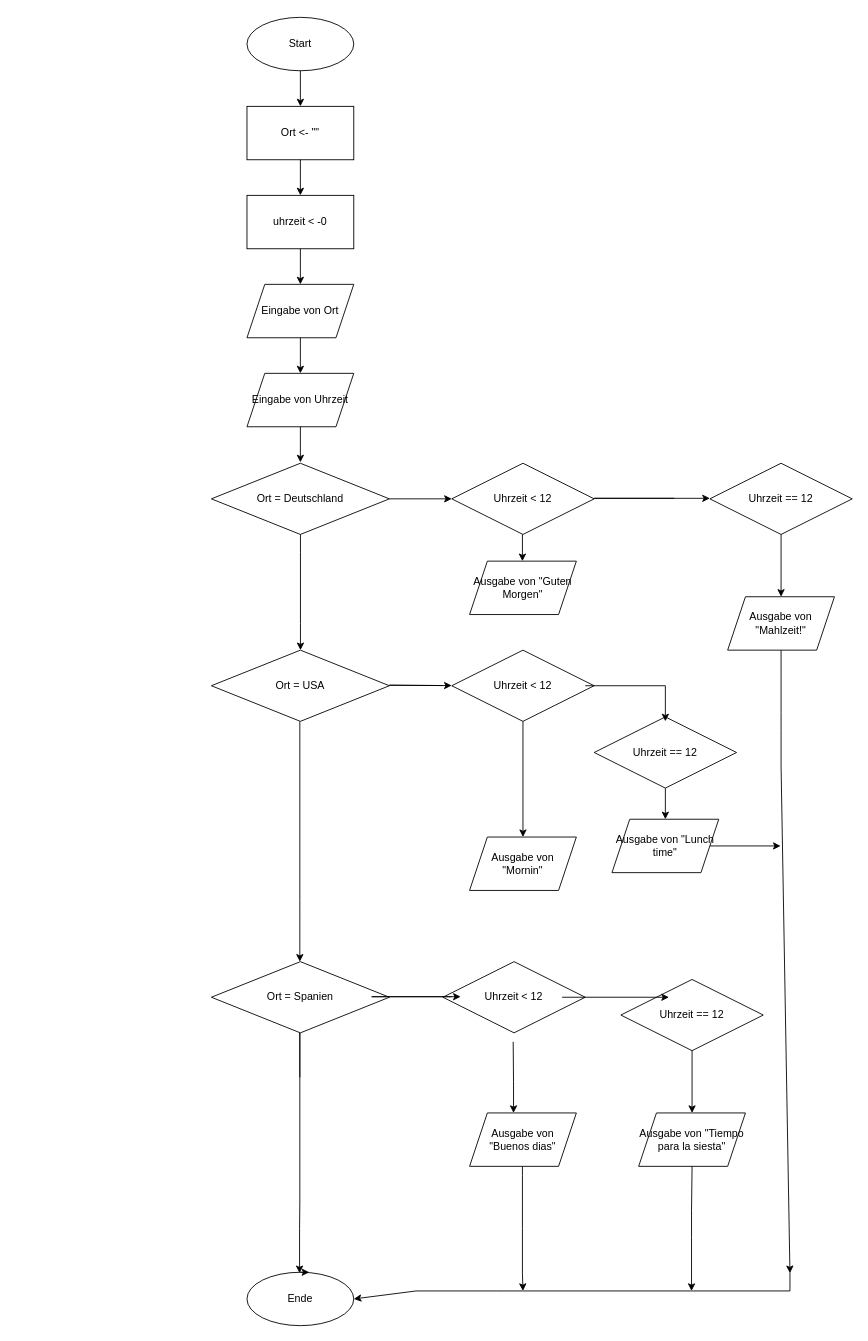
Before: FlussdiagrammErsteAufgabeKH.drawio in Odin2325/TQ5Juli, a draw.io diagram. Source tidied: cells renumbered, new cells numbered last; positions are measured from the earlier drawing's top-left corner, leaving out a move shared by most shapes. Both pictures are drawn from the tidied source at 89%, with x=0, y=0 at pixel (15, 17).
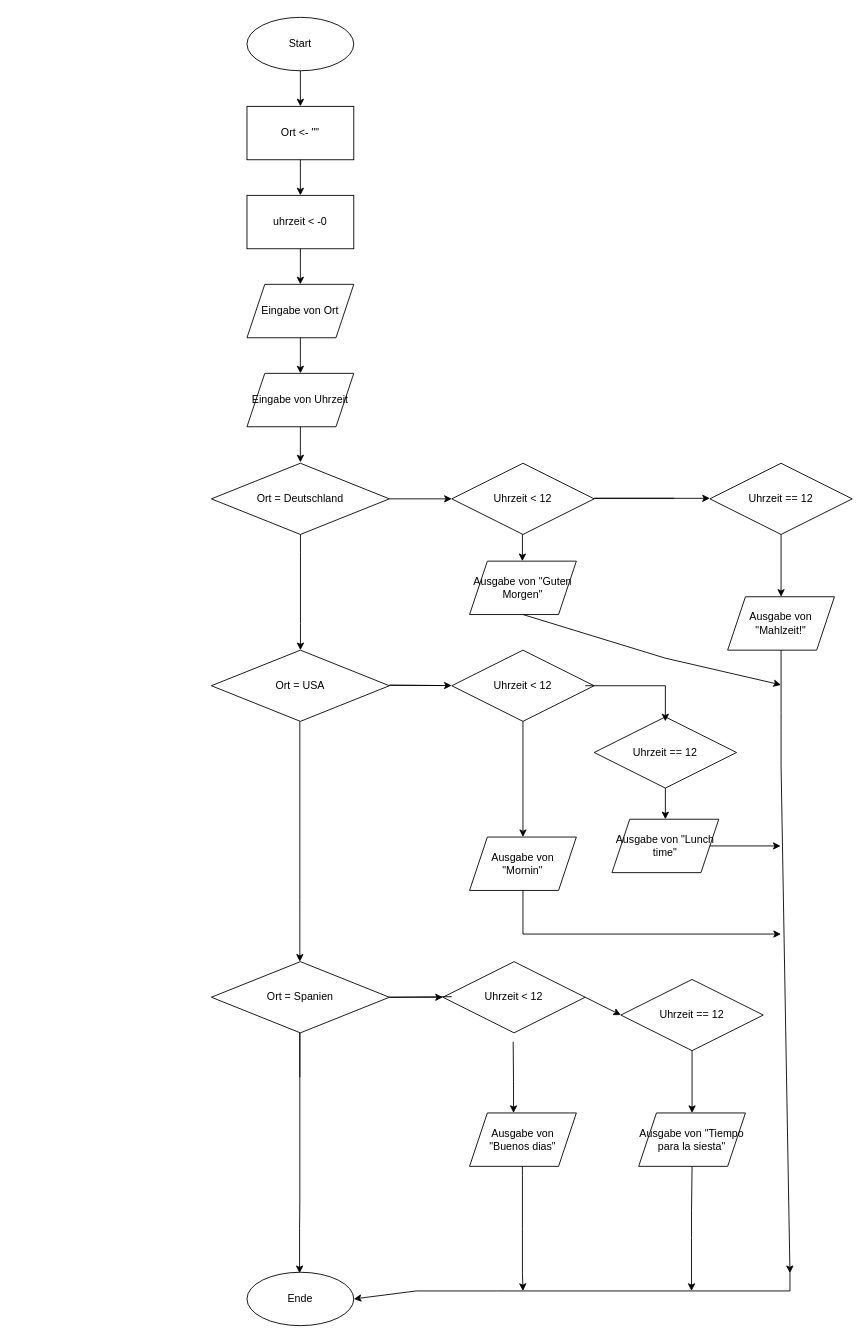
The same diagram, later.

Commit message:
Nachtrag FlussdiagrammErsteAufgabeKH

Unchanged cells that the change refers to:
```xml
<mxCell id="17" value="Ausgabe von &quot;Guten Morgen&quot;" style="shape=parallelogram;perimeter=parallelogramPerimeter;whiteSpace=wrap;html=1;fixedSize=1;" parent="1" vertex="1">
  <mxGeometry x="510.1" y="611" width="120" height="60" as="geometry" />
</mxCell>
<mxCell id="32" value="Ausgabe von &quot;Mornin&quot;" style="shape=parallelogram;perimeter=parallelogramPerimeter;whiteSpace=wrap;html=1;fixedSize=1;" parent="1" vertex="1">
  <mxGeometry x="510.1" y="921" width="120" height="60" as="geometry" />
</mxCell>
<mxCell id="44" value="Uhrzeit &lt; 12" style="rhombus;whiteSpace=wrap;html=1;" parent="1" vertex="1">
  <mxGeometry x="480.1" y="1061" width="160" height="80" as="geometry" />
</mxCell>
<mxCell id="50" value="Uhrzeit == 12" style="rhombus;whiteSpace=wrap;html=1;" parent="1" vertex="1">
  <mxGeometry x="680.1" y="1081" width="160" height="80" as="geometry" />
</mxCell>
<mxCell id="56" value="Ende" style="ellipse;whiteSpace=wrap;html=1;" parent="1" vertex="1">
  <mxGeometry x="260" y="1410" width="120" height="60" as="geometry" />
</mxCell>
```

The edit, as a diff of the source:
```diff
@@
-    <mxCell id="46" style="endArrow=classic;html=1;rounded=0;" parent="1" edge="1">
+    <mxCell id="46" style="endArrow=classic;html=1;rounded=0;entryX=0;entryY=0.5;entryDx=0;entryDy=0;" parent="1" edge="1" target="44">
       <mxGeometry relative="1" as="geometry">
         <mxPoint x="490.1" y="1100.4" as="sourcePoint" />
-        <mxPoint x="500.1" y="1100.4" as="targetPoint" />
         <Array as="points">
-          <mxPoint x="400.1" y="1100.4" />
+          <mxPoint x="420" y="1101" />
         </Array>
       </mxGeometry>
     </mxCell>
@@
-    <mxCell id="52" style="endArrow=classic;html=1;rounded=0;" parent="50" edge="1">
-      <mxGeometry relative="1" as="geometry">
-        <mxPoint x="-66" y="20" as="sourcePoint" />
-        <mxPoint x="54" y="20" as="targetPoint" />
-      </mxGeometry>
-    </mxCell>
@@
-    <mxCell id="63" style="edgeStyle=orthogonalEdgeStyle;rounded=0;orthogonalLoop=1;jettySize=auto;html=1;exitX=0.5;exitY=0;exitDx=0;exitDy=0;entryX=0.583;entryY=-0.009;entryDx=0;entryDy=0;entryPerimeter=0;" parent="1" edge="1" source="56" target="56">
-      <mxGeometry relative="1" as="geometry" />
+    <mxCell id="63" style="edgeStyle=orthogonalEdgeStyle;rounded=0;jettySize=auto;html=1;exitX=0.5;exitY=1;exitDx=0;exitDy=0;" parent="1" edge="1" source="32">
+      <mxGeometry relative="1" as="geometry">
+        <mxPoint x="860" y="1030" as="targetPoint" />
+        <Array as="points">
+          <mxPoint x="570" y="1030" />
+        </Array>
+      </mxGeometry>
     </mxCell>
+    <mxCell id="52" style="endArrow=classic;html=1;rounded=0;entryX=0;entryY=0.5;entryDx=0;entryDy=0;exitX=1;exitY=0.5;exitDx=0;exitDy=0;" parent="1" edge="1" source="44" target="50">
+      <mxGeometry relative="1" as="geometry" />
+    </mxCell>
+    <mxCell id="64" style="endArrow=classic;html=1;rounded=0;exitX=0.5;exitY=1;exitDx=0;exitDy=0;" parent="1" edge="1" source="17">
+      <mxGeometry relative="1" as="geometry">
+        <mxPoint x="860" y="750" as="targetPoint" />
+        <Array as="points">
+          <mxPoint x="730" y="720" />
+        </Array>
+      </mxGeometry>
+    </mxCell>
```
